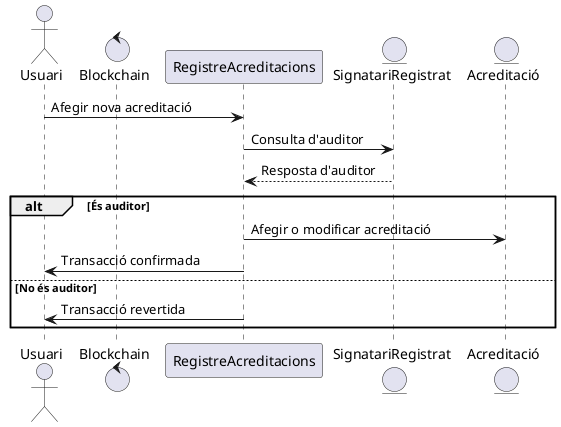
Above: UML/sequencia_acreditacio.png in alvarcuevas/TFM-MCP (PlantUML), before the change.
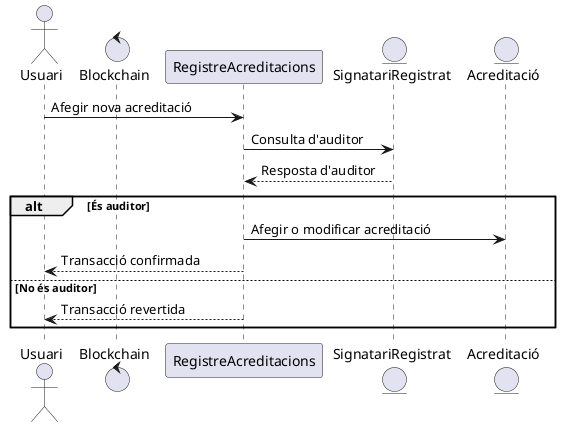
After the change.

What changed in the source:
```diff
@@ -10,8 +10,8 @@
 SignatariRegistrat --> RegistreAcreditacions: Resposta d'auditor
 alt És auditor
   RegistreAcreditacions -> Acreditació: Afegir o modificar acreditació
-  RegistreAcreditacions -> Usuari: Transacció confirmada
+  RegistreAcreditacions --> Usuari: Transacció confirmada
 else No és auditor
-  RegistreAcreditacions -> Usuari: Transacció revertida
+  RegistreAcreditacions --> Usuari: Transacció revertida
 end
 @enduml
```
